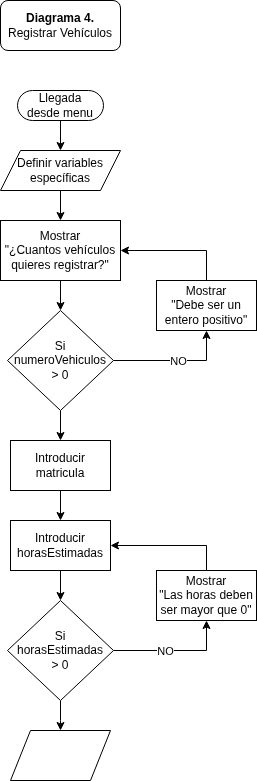
The draw.io diagram parking-java/diagramas/diagrama3.drawio.png in pearce5000/parking-dam, before a commit. Source tidied: cells renumbered, new cells last; positions are measured from the earlier drawing's top-left corner, leaving out a move shared by most shapes. Source of this version:
```xml
<mxGraphModel>
  <root>
    <mxCell id="0" />
    <mxCell id="1" parent="0" />
    <mxCell id="2" style="edgeStyle=orthogonalEdgeStyle;rounded=0;jettySize=auto;html=1;entryX=0.5;entryY=0;entryDx=0;entryDy=0;" parent="1" edge="1" source="3" target="6">
      <mxGeometry relative="1" as="geometry" />
    </mxCell>
    <mxCell id="3" value="Llegada&lt;br&gt;desde menu" style="html=1;dashed=0;whiteSpace=wrap;shape=mxgraph.dfd.start;" parent="1" vertex="1">
      <mxGeometry x="17" y="90" width="86" height="30" as="geometry" />
    </mxCell>
    <mxCell id="4" value="&lt;b&gt;Diagrama 4.&lt;br&gt;&lt;/b&gt;Registrar Vehículos" style="rounded=1;whiteSpace=wrap;html=1;" parent="1" vertex="1">
      <mxGeometry width="120" height="50" as="geometry" />
    </mxCell>
    <mxCell id="5" style="edgeStyle=orthogonalEdgeStyle;rounded=0;jettySize=auto;html=1;entryX=0.5;entryY=0;entryDx=0;entryDy=0;" parent="1" edge="1" source="6" target="8">
      <mxGeometry relative="1" as="geometry" />
    </mxCell>
    <mxCell id="6" value="Definir variables específicas" style="shape=parallelogram;perimeter=parallelogramPerimeter;whiteSpace=wrap;html=1;fixedSize=1;" parent="1" vertex="1">
      <mxGeometry y="150" width="120" height="40" as="geometry" />
    </mxCell>
    <mxCell id="7" style="edgeStyle=orthogonalEdgeStyle;rounded=0;jettySize=auto;html=1;entryX=0.5;entryY=0;entryDx=0;entryDy=0;" parent="1" edge="1" source="8" target="12">
      <mxGeometry relative="1" as="geometry" />
    </mxCell>
    <mxCell id="8" value="Mostrar&lt;br&gt;&quot;¿Cuantos vehículos quieres registrar?&quot;" style="rounded=0;whiteSpace=wrap;html=1;" parent="1" vertex="1">
      <mxGeometry y="220" width="120" height="60" as="geometry" />
    </mxCell>
    <mxCell id="9" style="edgeStyle=orthogonalEdgeStyle;rounded=0;jettySize=auto;html=1;entryX=0.5;entryY=1;entryDx=0;entryDy=0;exitX=1;exitY=0.5;exitDx=0;exitDy=0;" parent="1" edge="1" source="12" target="14">
      <mxGeometry relative="1" as="geometry">
        <Array as="points">
          <mxPoint x="206" y="360" />
        </Array>
      </mxGeometry>
    </mxCell>
    <mxCell id="10" value="NO" style="edgeLabel;html=1;align=center;verticalAlign=middle;" parent="9" vertex="1">
      <mxGeometry x="0.04" relative="1" as="geometry" />
    </mxCell>
    <mxCell id="11" style="edgeStyle=orthogonalEdgeStyle;rounded=0;jettySize=auto;html=1;entryX=0.5;entryY=0;entryDx=0;entryDy=0;" parent="1" edge="1" source="12" target="16">
      <mxGeometry relative="1" as="geometry" />
    </mxCell>
    <mxCell id="12" value="Si numeroVehiculos &lt;br&gt;&amp;gt; 0" style="shape=rhombus;html=1;dashed=0;whiteSpace=wrap;perimeter=rhombusPerimeter;" parent="1" vertex="1">
      <mxGeometry x="7" y="310" width="106" height="100" as="geometry" />
    </mxCell>
    <mxCell id="13" style="edgeStyle=orthogonalEdgeStyle;rounded=0;jettySize=auto;html=1;entryX=1;entryY=0.5;entryDx=0;entryDy=0;exitX=0.5;exitY=0;exitDx=0;exitDy=0;" parent="1" edge="1" source="14" target="8">
      <mxGeometry relative="1" as="geometry" />
    </mxCell>
    <mxCell id="14" value="Mostrar&lt;br&gt;&quot;Debe ser un entero positivo&quot;" style="html=1;dashed=0;whiteSpace=wrap;" parent="1" vertex="1">
      <mxGeometry x="156" y="280" width="100" height="50" as="geometry" />
    </mxCell>
    <mxCell id="15" style="edgeStyle=orthogonalEdgeStyle;rounded=0;jettySize=auto;html=1;entryX=0.5;entryY=0;entryDx=0;entryDy=0;" parent="1" edge="1" source="16" target="18">
      <mxGeometry relative="1" as="geometry" />
    </mxCell>
    <mxCell id="16" value="Introducir matricula" style="html=1;dashed=0;whiteSpace=wrap;" parent="1" vertex="1">
      <mxGeometry x="10" y="440" width="100" height="50" as="geometry" />
    </mxCell>
    <mxCell id="17" style="edgeStyle=orthogonalEdgeStyle;rounded=0;jettySize=auto;html=1;entryX=0.5;entryY=0;entryDx=0;entryDy=0;" parent="1" edge="1" source="18" target="22">
      <mxGeometry relative="1" as="geometry" />
    </mxCell>
    <mxCell id="18" value="Introducir horasEstimadas" style="html=1;dashed=0;whiteSpace=wrap;" parent="1" vertex="1">
      <mxGeometry x="10" y="520" width="100" height="50" as="geometry" />
    </mxCell>
    <mxCell id="19" style="edgeStyle=orthogonalEdgeStyle;rounded=0;jettySize=auto;html=1;entryX=0.5;entryY=1;entryDx=0;entryDy=0;" parent="1" edge="1" source="22" target="24">
      <mxGeometry relative="1" as="geometry" />
    </mxCell>
    <mxCell id="20" value="NO" style="edgeLabel;html=1;align=center;verticalAlign=middle;" parent="19" vertex="1">
      <mxGeometry x="-0.17" y="2" relative="1" as="geometry">
        <mxPoint y="2" as="offset" />
      </mxGeometry>
    </mxCell>
    <mxCell id="21" style="edgeStyle=orthogonalEdgeStyle;rounded=0;jettySize=auto;html=1;" parent="1" edge="1" source="22">
      <mxGeometry relative="1" as="geometry">
        <mxPoint x="60" y="730" as="targetPoint" />
      </mxGeometry>
    </mxCell>
    <mxCell id="22" value="Si&lt;br&gt;horasEstimadas&lt;br&gt;&amp;gt; 0" style="shape=rhombus;html=1;dashed=0;whiteSpace=wrap;perimeter=rhombusPerimeter;" parent="1" vertex="1">
      <mxGeometry x="7" y="600" width="106" height="100" as="geometry" />
    </mxCell>
    <mxCell id="23" style="edgeStyle=orthogonalEdgeStyle;rounded=0;jettySize=auto;html=1;entryX=1;entryY=0.5;entryDx=0;entryDy=0;exitX=0.5;exitY=0;exitDx=0;exitDy=0;" parent="1" edge="1" source="24" target="18">
      <mxGeometry relative="1" as="geometry" />
    </mxCell>
    <mxCell id="24" value="Mostrar&lt;br&gt;&quot;Las horas deben ser mayor que 0&quot;" style="html=1;dashed=0;whiteSpace=wrap;" parent="1" vertex="1">
      <mxGeometry x="156" y="570" width="100" height="50" as="geometry" />
    </mxCell>
    <mxCell id="25" style="shape=parallelogram;perimeter=parallelogramPerimeter;whiteSpace=wrap;html=1;dashed=0;" parent="1" vertex="1">
      <mxGeometry x="10" y="730" width="100" height="50" as="geometry" />
    </mxCell>
  </root>
</mxGraphModel>
```
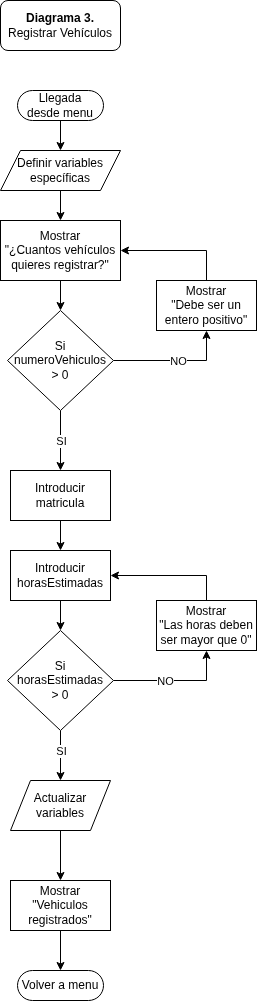
After the change.

Commit message:
Se han competado los diagramas 3 y 4

Change to the diagram source:
```diff
@@ -8,7 +8,7 @@
     <mxCell id="3" value="Llegada&lt;br&gt;desde menu" style="html=1;dashed=0;whiteSpace=wrap;shape=mxgraph.dfd.start;" parent="1" vertex="1">
       <mxGeometry x="17" y="90" width="86" height="30" as="geometry" />
     </mxCell>
-    <mxCell id="4" value="&lt;b&gt;Diagrama 4.&lt;br&gt;&lt;/b&gt;Registrar Vehículos" style="rounded=1;whiteSpace=wrap;html=1;" parent="1" vertex="1">
+    <mxCell id="4" value="&lt;b&gt;Diagrama 3.&lt;br&gt;&lt;/b&gt;Registrar Vehículos" style="rounded=1;whiteSpace=wrap;html=1;" parent="1" vertex="1">
       <mxGeometry width="120" height="50" as="geometry" />
     </mxCell>
     <mxCell id="5" style="edgeStyle=orthogonalEdgeStyle;rounded=0;jettySize=auto;html=1;entryX=0.5;entryY=0;entryDx=0;entryDy=0;" parent="1" edge="1" source="6" target="8">
@@ -36,6 +36,11 @@
     <mxCell id="11" style="edgeStyle=orthogonalEdgeStyle;rounded=0;jettySize=auto;html=1;entryX=0.5;entryY=0;entryDx=0;entryDy=0;" parent="1" edge="1" source="12" target="16">
       <mxGeometry relative="1" as="geometry" />
     </mxCell>
+    <mxCell id="26" value="SI" style="edgeLabel;html=1;align=center;verticalAlign=middle;" parent="11" vertex="1">
+      <mxGeometry x="0.4" relative="1" as="geometry">
+        <mxPoint y="-12" as="offset" />
+      </mxGeometry>
+    </mxCell>
     <mxCell id="12" value="Si numeroVehiculos &lt;br&gt;&amp;gt; 0" style="shape=rhombus;html=1;dashed=0;whiteSpace=wrap;perimeter=rhombusPerimeter;" parent="1" vertex="1">
       <mxGeometry x="7" y="310" width="106" height="100" as="geometry" />
     </mxCell>
@@ -49,13 +54,13 @@
       <mxGeometry relative="1" as="geometry" />
     </mxCell>
     <mxCell id="16" value="Introducir matricula" style="html=1;dashed=0;whiteSpace=wrap;" parent="1" vertex="1">
-      <mxGeometry x="10" y="440" width="100" height="50" as="geometry" />
+      <mxGeometry x="10" y="470" width="100" height="50" as="geometry" />
     </mxCell>
     <mxCell id="17" style="edgeStyle=orthogonalEdgeStyle;rounded=0;jettySize=auto;html=1;entryX=0.5;entryY=0;entryDx=0;entryDy=0;" parent="1" edge="1" source="18" target="22">
       <mxGeometry relative="1" as="geometry" />
     </mxCell>
     <mxCell id="18" value="Introducir horasEstimadas" style="html=1;dashed=0;whiteSpace=wrap;" parent="1" vertex="1">
-      <mxGeometry x="10" y="520" width="100" height="50" as="geometry" />
+      <mxGeometry x="10" y="550" width="100" height="50" as="geometry" />
     </mxCell>
     <mxCell id="19" style="edgeStyle=orthogonalEdgeStyle;rounded=0;jettySize=auto;html=1;entryX=0.5;entryY=1;entryDx=0;entryDy=0;" parent="1" edge="1" source="22" target="24">
       <mxGeometry relative="1" as="geometry" />
@@ -65,22 +70,37 @@
         <mxPoint y="2" as="offset" />
       </mxGeometry>
     </mxCell>
-    <mxCell id="21" style="edgeStyle=orthogonalEdgeStyle;rounded=0;jettySize=auto;html=1;" parent="1" edge="1" source="22">
-      <mxGeometry relative="1" as="geometry">
-        <mxPoint x="60" y="730" as="targetPoint" />
-      </mxGeometry>
+    <mxCell id="21" style="edgeStyle=orthogonalEdgeStyle;rounded=0;jettySize=auto;html=1;entryX=0.5;entryY=0;entryDx=0;entryDy=0;" parent="1" edge="1" source="22" target="25">
+      <mxGeometry relative="1" as="geometry" />
     </mxCell>
+    <mxCell id="27" value="SI" style="edgeLabel;html=1;align=center;verticalAlign=middle;" parent="21" vertex="1">
+      <mxGeometry x="-0.41" relative="1" as="geometry">
+        <mxPoint y="5" as="offset" />
+      </mxGeometry>
+    </mxCell>
     <mxCell id="22" value="Si&lt;br&gt;horasEstimadas&lt;br&gt;&amp;gt; 0" style="shape=rhombus;html=1;dashed=0;whiteSpace=wrap;perimeter=rhombusPerimeter;" parent="1" vertex="1">
-      <mxGeometry x="7" y="600" width="106" height="100" as="geometry" />
+      <mxGeometry x="7" y="630" width="106" height="100" as="geometry" />
     </mxCell>
     <mxCell id="23" style="edgeStyle=orthogonalEdgeStyle;rounded=0;jettySize=auto;html=1;entryX=1;entryY=0.5;entryDx=0;entryDy=0;exitX=0.5;exitY=0;exitDx=0;exitDy=0;" parent="1" edge="1" source="24" target="18">
       <mxGeometry relative="1" as="geometry" />
     </mxCell>
     <mxCell id="24" value="Mostrar&lt;br&gt;&quot;Las horas deben ser mayor que 0&quot;" style="html=1;dashed=0;whiteSpace=wrap;" parent="1" vertex="1">
-      <mxGeometry x="156" y="570" width="100" height="50" as="geometry" />
+      <mxGeometry x="156" y="600" width="100" height="50" as="geometry" />
     </mxCell>
+    <mxCell id="28" style="edgeStyle=orthogonalEdgeStyle;rounded=0;jettySize=auto;html=1;entryX=0.5;entryY=0;entryDx=0;entryDy=0;" parent="1" edge="1" source="25" target="29">
+      <mxGeometry relative="1" as="geometry" />
+    </mxCell>
-    <mxCell id="25" style="shape=parallelogram;perimeter=parallelogramPerimeter;whiteSpace=wrap;html=1;dashed=0;" parent="1" vertex="1">
-      <mxGeometry x="10" y="730" width="100" height="50" as="geometry" />
+    <mxCell id="25" value="Actualizar variables" style="shape=parallelogram;perimeter=parallelogramPerimeter;whiteSpace=wrap;html=1;dashed=0;" parent="1" vertex="1">
+      <mxGeometry x="10" y="780" width="100" height="50" as="geometry" />
     </mxCell>
+    <mxCell id="29" value="Mostrar&lt;br&gt;&quot;Vehiculos registrados&quot;" style="html=1;dashed=0;whiteSpace=wrap;" parent="1" vertex="1">
+      <mxGeometry x="10" y="880" width="100" height="50" as="geometry" />
+    </mxCell>
+    <mxCell id="30" value="Volver a menu" style="html=1;dashed=0;whiteSpace=wrap;shape=mxgraph.dfd.start;" parent="1" vertex="1">
+      <mxGeometry x="17" y="970" width="86" height="30" as="geometry" />
+    </mxCell>
+    <mxCell id="31" style="edgeStyle=orthogonalEdgeStyle;rounded=0;jettySize=auto;html=1;entryX=0.5;entryY=0.5;entryDx=0;entryDy=-15;entryPerimeter=0;" parent="1" edge="1" source="29" target="30">
+      <mxGeometry relative="1" as="geometry" />
+    </mxCell>
   </root>
 </mxGraphModel>
```
